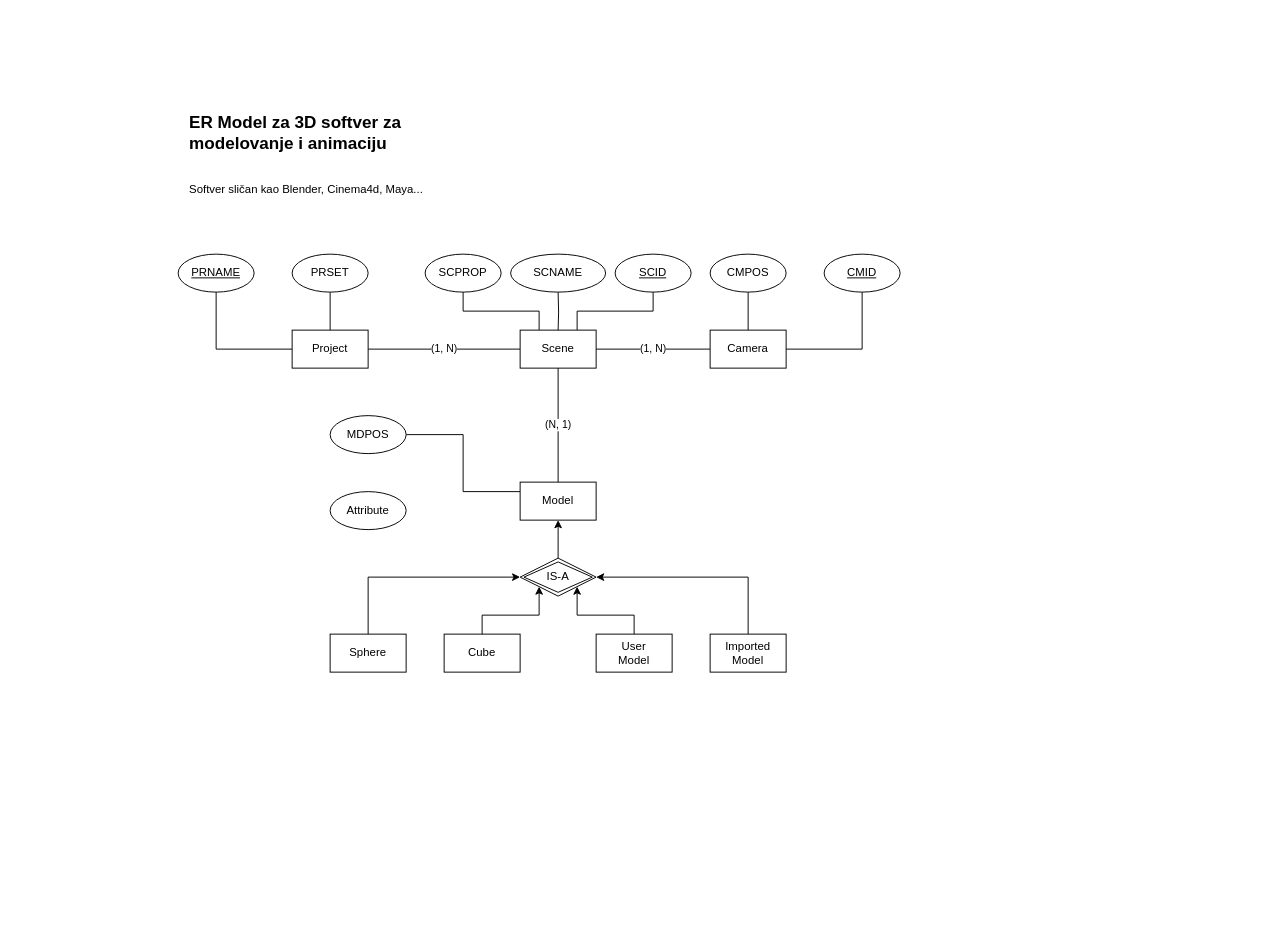
The draw.io diagram 3d_Softw_ER_Model.drawio in Ikkjo/3d-modeling-db, before the edit. Source tidied: cells renumbered, new cells numbered last; positions are measured from the earlier drawing's top-left corner, leaving out a move shared by most shapes. Both pictures are drawn from the tidied source at 95%, with x=0, y=0 at pixel (178, 83).
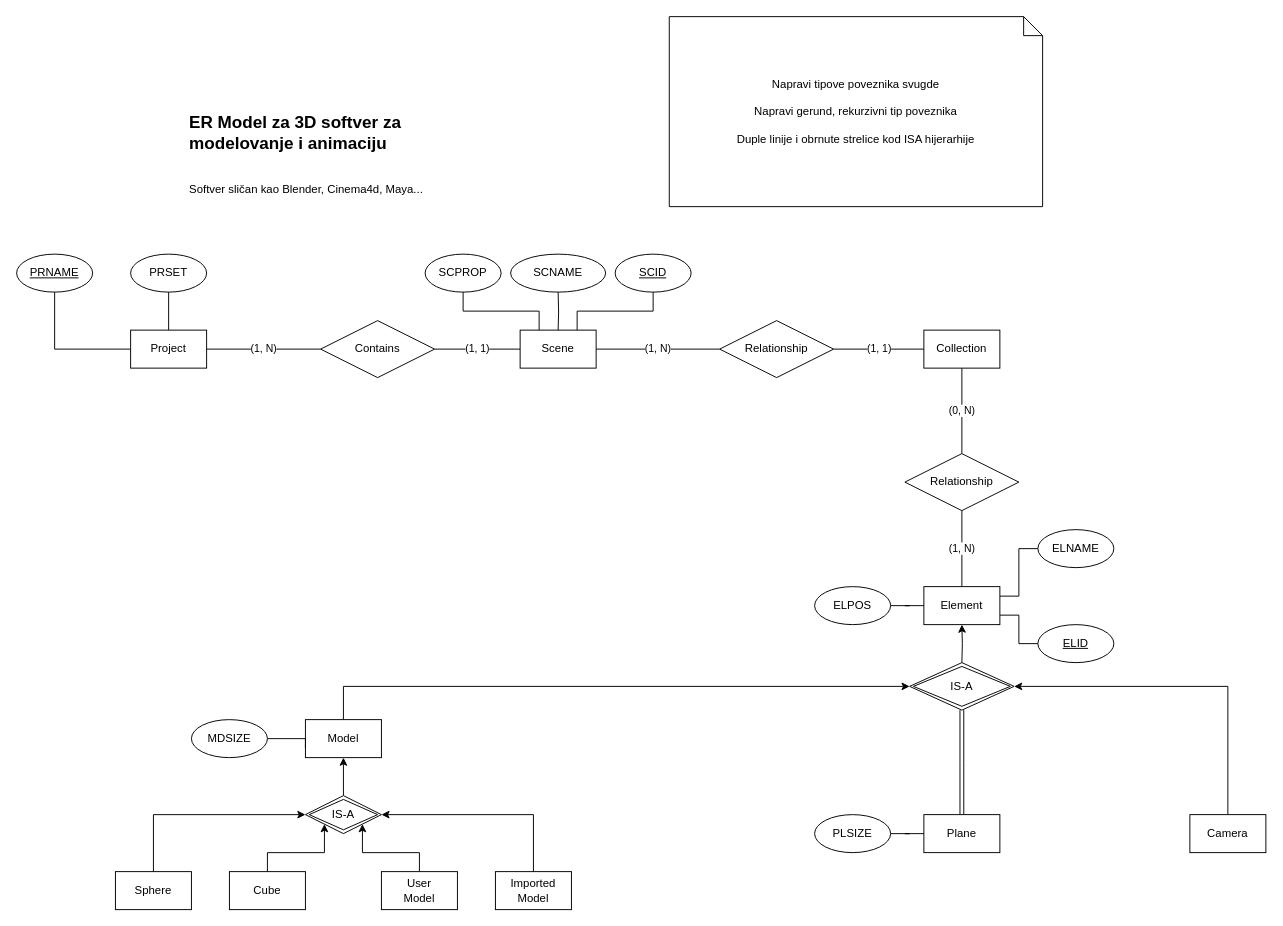
Above is the later version.

The change refers to these unchanged cells:
```xml
<mxCell id="4" value="Scene" style="whiteSpace=wrap;html=1;align=center;" parent="1" vertex="1">
  <mxGeometry x="360" y="260" width="80" height="40" as="geometry" />
</mxCell>
```

What changed in the source:
```diff
@@
+    <mxCell id="37" value="(1, 1)" style="edgeStyle=orthogonalEdgeStyle;rounded=0;jettySize=auto;html=1;exitX=0;exitY=0.5;exitDx=0;exitDy=0;entryX=1;entryY=0.5;entryDx=0;entryDy=0;endArrow=none;endFill=0;" parent="1" edge="1" source="4" target="58">
+      <mxGeometry relative="1" as="geometry" />
+    </mxCell>
+    <mxCell id="38" value="(1, N)" style="edgeStyle=orthogonalEdgeStyle;rounded=0;jettySize=auto;html=1;exitX=1;exitY=0.5;exitDx=0;exitDy=0;entryX=0;entryY=0.5;entryDx=0;entryDy=0;endArrow=none;endFill=0;" parent="1" edge="1" source="4" target="60">
+      <mxGeometry relative="1" as="geometry" />
+    </mxCell>
@@
-    <mxCell id="5" value="&lt;div&gt;(1, N)&lt;/div&gt;" style="edgeStyle=orthogonalEdgeStyle;rounded=0;jettySize=auto;html=1;exitX=1;exitY=0.5;exitDx=0;exitDy=0;entryX=0;entryY=0.5;entryDx=0;entryDy=0;endArrow=none;endFill=0;" parent="1" edge="1" source="8" target="4">
+    <mxCell id="5" value="(1, N)" style="edgeStyle=orthogonalEdgeStyle;rounded=0;jettySize=auto;html=1;exitX=1;exitY=0.5;exitDx=0;exitDy=0;endArrow=none;endFill=0;entryX=0;entryY=0.5;entryDx=0;entryDy=0;" parent="1" edge="1" source="8" target="58">
       <mxGeometry relative="1" as="geometry" />
     </mxCell>
@@
     <mxCell id="8" value="Project" style="whiteSpace=wrap;html=1;align=center;" parent="1" vertex="1">
-      <mxGeometry x="120" y="260" width="80" height="40" as="geometry" />
+      <mxGeometry x="-50" y="260" width="80" height="40" as="geometry" />
     </mxCell>
-    <mxCell id="9" value="(1, N)" style="edgeStyle=orthogonalEdgeStyle;rounded=0;jettySize=auto;html=1;exitX=0;exitY=0.5;exitDx=0;exitDy=0;startArrow=none;startFill=0;endArrow=none;endFill=0;" parent="1" edge="1" source="11" target="4">
-      <mxGeometry relative="1" as="geometry" />
-    </mxCell>
-    <mxCell id="10" style="edgeStyle=orthogonalEdgeStyle;rounded=0;jettySize=auto;html=1;exitX=0.5;exitY=0;exitDx=0;exitDy=0;entryX=0.5;entryY=1;entryDx=0;entryDy=0;startArrow=none;startFill=0;endArrow=none;endFill=0;" parent="1" edge="1" source="11" target="30">
-      <mxGeometry relative="1" as="geometry" />
-    </mxCell>
+    <mxCell id="39" style="edgeStyle=orthogonalEdgeStyle;rounded=0;jettySize=auto;html=1;entryX=1;entryY=0.5;entryDx=0;entryDy=0;endArrow=classic;endFill=1;" parent="1" edge="1" source="11">
+      <mxGeometry relative="1" as="geometry">
+        <mxPoint x="880" y="635" as="targetPoint" />
+        <Array as="points">
+          <mxPoint x="1105" y="635" />
+        </Array>
+      </mxGeometry>
+    </mxCell>
     <mxCell id="11" value="Camera" style="whiteSpace=wrap;html=1;align=center;" parent="1" vertex="1">
-      <mxGeometry x="560" y="260" width="80" height="40" as="geometry" />
+      <mxGeometry x="1065" y="770" width="80" height="40" as="geometry" />
     </mxCell>
@@
-    <mxCell id="13" value="&lt;div&gt;(N, 1)&lt;/div&gt;" style="edgeStyle=orthogonalEdgeStyle;rounded=0;jettySize=auto;html=1;exitX=0.5;exitY=0;exitDx=0;exitDy=0;startArrow=none;startFill=0;endArrow=none;endFill=0;" parent="1" edge="1" source="14" target="4">
-      <mxGeometry relative="1" as="geometry" />
-    </mxCell>
+    <mxCell id="40" style="edgeStyle=orthogonalEdgeStyle;rounded=0;jettySize=auto;html=1;exitX=0.5;exitY=0;exitDx=0;exitDy=0;entryX=0;entryY=0.5;entryDx=0;entryDy=0;endArrow=classic;endFill=1;" parent="1" edge="1" source="14" target="53">
+      <mxGeometry relative="1" as="geometry" />
+    </mxCell>
     <mxCell id="14" value="Model" style="whiteSpace=wrap;html=1;align=center;" parent="1" vertex="1">
-      <mxGeometry x="360" y="420" width="80" height="40" as="geometry" />
+      <mxGeometry x="134" y="670" width="80" height="40" as="geometry" />
     </mxCell>
     <mxCell id="15" value="Sphere" style="whiteSpace=wrap;html=1;align=center;" parent="1" vertex="1">
-      <mxGeometry x="160" y="580" width="80" height="40" as="geometry" />
+      <mxGeometry x="-66" y="830" width="80" height="40" as="geometry" />
     </mxCell>
     <mxCell id="16" value="Cube" style="whiteSpace=wrap;html=1;align=center;" parent="1" vertex="1">
-      <mxGeometry x="280" y="580" width="80" height="40" as="geometry" />
+      <mxGeometry x="54" y="830" width="80" height="40" as="geometry" />
     </mxCell>
@@
     <mxCell id="21" value="&lt;div&gt;IS-A&lt;/div&gt;" style="shape=rhombus;double=1;perimeter=rhombusPerimeter;whiteSpace=wrap;html=1;align=center;" parent="1" vertex="1">
-      <mxGeometry x="360" y="500" width="80" height="40" as="geometry" />
+      <mxGeometry x="134" y="750" width="80" height="40" as="geometry" />
     </mxCell>
     <mxCell id="22" value="&lt;div&gt;User&lt;/div&gt;&lt;div&gt;Model&lt;/div&gt;" style="whiteSpace=wrap;html=1;align=center;" parent="1" vertex="1">
-      <mxGeometry x="440" y="580" width="80" height="40" as="geometry" />
+      <mxGeometry x="214" y="830" width="80" height="40" as="geometry" />
     </mxCell>
     <mxCell id="23" value="&lt;div&gt;Imported Model&lt;/div&gt;" style="whiteSpace=wrap;html=1;align=center;" parent="1" vertex="1">
-      <mxGeometry x="560" y="580" width="80" height="40" as="geometry" />
+      <mxGeometry x="334" y="830" width="80" height="40" as="geometry" />
     </mxCell>
     <mxCell id="24" value="PRNAME" style="ellipse;whiteSpace=wrap;html=1;align=center;fontStyle=4;" parent="1" vertex="1">
-      <mxGeometry y="180" width="80" height="40" as="geometry" />
+      <mxGeometry x="-170" y="180" width="80" height="40" as="geometry" />
     </mxCell>
     <mxCell id="25" value="PRSET" style="ellipse;whiteSpace=wrap;html=1;align=center;" parent="1" vertex="1">
-      <mxGeometry x="120" y="180" width="80" height="40" as="geometry" />
+      <mxGeometry x="-50" y="180" width="80" height="40" as="geometry" />
     </mxCell>
@@
-    <mxCell id="30" value="CMPOS" style="ellipse;whiteSpace=wrap;html=1;align=center;" parent="1" vertex="1">
-      <mxGeometry x="560" y="180" width="80" height="40" as="geometry" />
-    </mxCell>
-    <mxCell id="31" style="edgeStyle=orthogonalEdgeStyle;rounded=0;jettySize=auto;html=1;exitX=0.5;exitY=1;exitDx=0;exitDy=0;entryX=1;entryY=0.5;entryDx=0;entryDy=0;startArrow=none;startFill=0;endArrow=none;endFill=0;" parent="1" edge="1" source="32" target="11">
-      <mxGeometry relative="1" as="geometry" />
-    </mxCell>
-    <mxCell id="32" value="CMID" style="ellipse;whiteSpace=wrap;html=1;align=center;fontStyle=4;" parent="1" vertex="1">
-      <mxGeometry x="680" y="180" width="80" height="40" as="geometry" />
-    </mxCell>
@@
-    <mxCell id="34" style="edgeStyle=orthogonalEdgeStyle;rounded=0;jettySize=auto;html=1;exitX=1;exitY=0.5;exitDx=0;exitDy=0;entryX=0;entryY=0.25;entryDx=0;entryDy=0;endArrow=none;endFill=0;" parent="1" edge="1" source="35" target="14">
-      <mxGeometry relative="1" as="geometry" />
-    </mxCell>
-    <mxCell id="35" value="&lt;div&gt;MDPOS&lt;/div&gt;" style="ellipse;whiteSpace=wrap;html=1;align=center;" parent="1" vertex="1">
-      <mxGeometry x="160" y="350" width="80" height="40" as="geometry" />
-    </mxCell>
+    <mxCell id="41" style="edgeStyle=orthogonalEdgeStyle;rounded=0;jettySize=auto;html=1;exitX=1;exitY=0.5;exitDx=0;exitDy=0;entryX=0;entryY=0.75;entryDx=0;entryDy=0;endArrow=none;endFill=0;" parent="1" edge="1" source="36" target="14">
+      <mxGeometry relative="1" as="geometry">
+        <Array as="points">
+          <mxPoint x="134" y="690" />
+        </Array>
+      </mxGeometry>
+    </mxCell>
-    <mxCell id="36" value="Attribute" style="ellipse;whiteSpace=wrap;html=1;align=center;" parent="1" vertex="1">
-      <mxGeometry x="160" y="430" width="80" height="40" as="geometry" />
+    <mxCell id="36" value="MDSIZE" style="ellipse;whiteSpace=wrap;html=1;align=center;" parent="1" vertex="1">
+      <mxGeometry x="14" y="670" width="80" height="40" as="geometry" />
     </mxCell>
+    <mxCell id="42" style="edgeStyle=orthogonalEdgeStyle;rounded=0;jettySize=auto;html=1;endArrow=classic;endFill=1;shape=link;" parent="1" edge="1" source="43">
+      <mxGeometry relative="1" as="geometry">
+        <mxPoint x="825" y="660" as="targetPoint" />
+      </mxGeometry>
+    </mxCell>
+    <mxCell id="43" value="Plane" style="whiteSpace=wrap;html=1;align=center;" parent="1" vertex="1">
+      <mxGeometry x="785" y="770" width="80" height="40" as="geometry" />
+    </mxCell>
+    <mxCell id="44" value="(0, N)" style="edgeStyle=orthogonalEdgeStyle;rounded=0;jettySize=auto;html=1;exitX=0.5;exitY=1;exitDx=0;exitDy=0;endArrow=none;endFill=0;" parent="1" edge="1" source="45" target="61">
+      <mxGeometry relative="1" as="geometry" />
+    </mxCell>
+    <mxCell id="45" value="Collection" style="whiteSpace=wrap;html=1;align=center;" parent="1" vertex="1">
+      <mxGeometry x="785" y="260" width="80" height="40" as="geometry" />
+    </mxCell>
+    <mxCell id="46" value="(1, N)" style="edgeStyle=orthogonalEdgeStyle;rounded=0;jettySize=auto;html=1;exitX=0.5;exitY=0;exitDx=0;exitDy=0;entryX=0.5;entryY=1;entryDx=0;entryDy=0;endArrow=none;endFill=0;" parent="1" edge="1" source="47" target="61">
+      <mxGeometry relative="1" as="geometry" />
+    </mxCell>
+    <mxCell id="47" value="Element" style="whiteSpace=wrap;html=1;align=center;" parent="1" vertex="1">
+      <mxGeometry x="785" y="530" width="80" height="40" as="geometry" />
+    </mxCell>
+    <mxCell id="48" style="edgeStyle=orthogonalEdgeStyle;rounded=0;jettySize=auto;html=1;endArrow=none;endFill=0;" parent="1" edge="1" source="49" target="47">
+      <mxGeometry relative="1" as="geometry" />
+    </mxCell>
+    <mxCell id="49" value="ELPOS" style="ellipse;whiteSpace=wrap;html=1;align=center;" parent="1" vertex="1">
+      <mxGeometry x="670" y="530" width="80" height="40" as="geometry" />
+    </mxCell>
+    <mxCell id="50" style="edgeStyle=orthogonalEdgeStyle;rounded=0;jettySize=auto;html=1;endArrow=none;endFill=0;" parent="1" edge="1" source="51" target="47">
+      <mxGeometry relative="1" as="geometry">
+        <Array as="points">
+          <mxPoint x="885" y="590" />
+          <mxPoint x="885" y="560" />
+        </Array>
+      </mxGeometry>
+    </mxCell>
+    <mxCell id="51" value="ELID" style="ellipse;whiteSpace=wrap;html=1;align=center;fontStyle=4;" parent="1" vertex="1">
+      <mxGeometry x="905" y="570" width="80" height="40" as="geometry" />
+    </mxCell>
+    <mxCell id="52" style="edgeStyle=orthogonalEdgeStyle;rounded=0;jettySize=auto;html=1;endArrow=classic;endFill=1;" parent="1" edge="1" target="47">
+      <mxGeometry relative="1" as="geometry">
+        <mxPoint x="825" y="610" as="sourcePoint" />
+      </mxGeometry>
+    </mxCell>
+    <mxCell id="53" value="&lt;div&gt;IS-A&lt;/div&gt;" style="shape=rhombus;double=1;perimeter=rhombusPerimeter;whiteSpace=wrap;html=1;align=center;" parent="1" vertex="1">
+      <mxGeometry x="770" y="610" width="110" height="50" as="geometry" />
+    </mxCell>
+    <mxCell id="54" style="edgeStyle=orthogonalEdgeStyle;rounded=0;jettySize=auto;html=1;exitX=0;exitY=0.5;exitDx=0;exitDy=0;entryX=1;entryY=0.25;entryDx=0;entryDy=0;endArrow=none;endFill=0;" parent="1" edge="1" source="55" target="47">
+      <mxGeometry relative="1" as="geometry" />
+    </mxCell>
+    <mxCell id="55" value="ELNAME" style="ellipse;whiteSpace=wrap;html=1;align=center;" parent="1" vertex="1">
+      <mxGeometry x="905" y="470" width="80" height="40" as="geometry" />
+    </mxCell>
+    <mxCell id="56" style="edgeStyle=orthogonalEdgeStyle;rounded=0;jettySize=auto;html=1;endArrow=none;endFill=0;" parent="1" edge="1" source="57" target="43">
+      <mxGeometry relative="1" as="geometry" />
+    </mxCell>
+    <mxCell id="57" value="PLSIZE" style="ellipse;whiteSpace=wrap;html=1;align=center;" parent="1" vertex="1">
+      <mxGeometry x="670" y="770" width="80" height="40" as="geometry" />
+    </mxCell>
+    <mxCell id="58" value="Contains" style="shape=rhombus;perimeter=rhombusPerimeter;whiteSpace=wrap;html=1;align=center;" parent="1" vertex="1">
+      <mxGeometry x="150" y="250" width="120" height="60" as="geometry" />
+    </mxCell>
+    <mxCell id="59" value="(1, 1)" style="edgeStyle=orthogonalEdgeStyle;rounded=0;jettySize=auto;html=1;exitX=1;exitY=0.5;exitDx=0;exitDy=0;entryX=0;entryY=0.5;entryDx=0;entryDy=0;endArrow=none;endFill=0;" parent="1" edge="1" source="60" target="45">
+      <mxGeometry relative="1" as="geometry" />
+    </mxCell>
+    <mxCell id="60" value="Relationship" style="shape=rhombus;perimeter=rhombusPerimeter;whiteSpace=wrap;html=1;align=center;" parent="1" vertex="1">
+      <mxGeometry x="570" y="250" width="120" height="60" as="geometry" />
+    </mxCell>
+    <mxCell id="61" value="Relationship" style="shape=rhombus;perimeter=rhombusPerimeter;whiteSpace=wrap;html=1;align=center;" parent="1" vertex="1">
+      <mxGeometry x="765" y="390" width="120" height="60" as="geometry" />
+    </mxCell>
+    <mxCell id="62" value="&lt;div&gt;Napravi tipove poveznika svugde&lt;/div&gt;&lt;div&gt;&lt;br&gt;&lt;/div&gt;&lt;div&gt;Napravi gerund, rekurzivni tip poveznika&lt;/div&gt;&lt;div&gt;&lt;br&gt;&lt;/div&gt;&lt;div&gt;Duple linije i obrnute strelice kod ISA hijerarhije&lt;br&gt;&lt;/div&gt;" style="shape=note;size=20;whiteSpace=wrap;html=1;" parent="1" vertex="1">
+      <mxGeometry x="517" y="-70" width="393" height="200" as="geometry" />
+    </mxCell>
```
